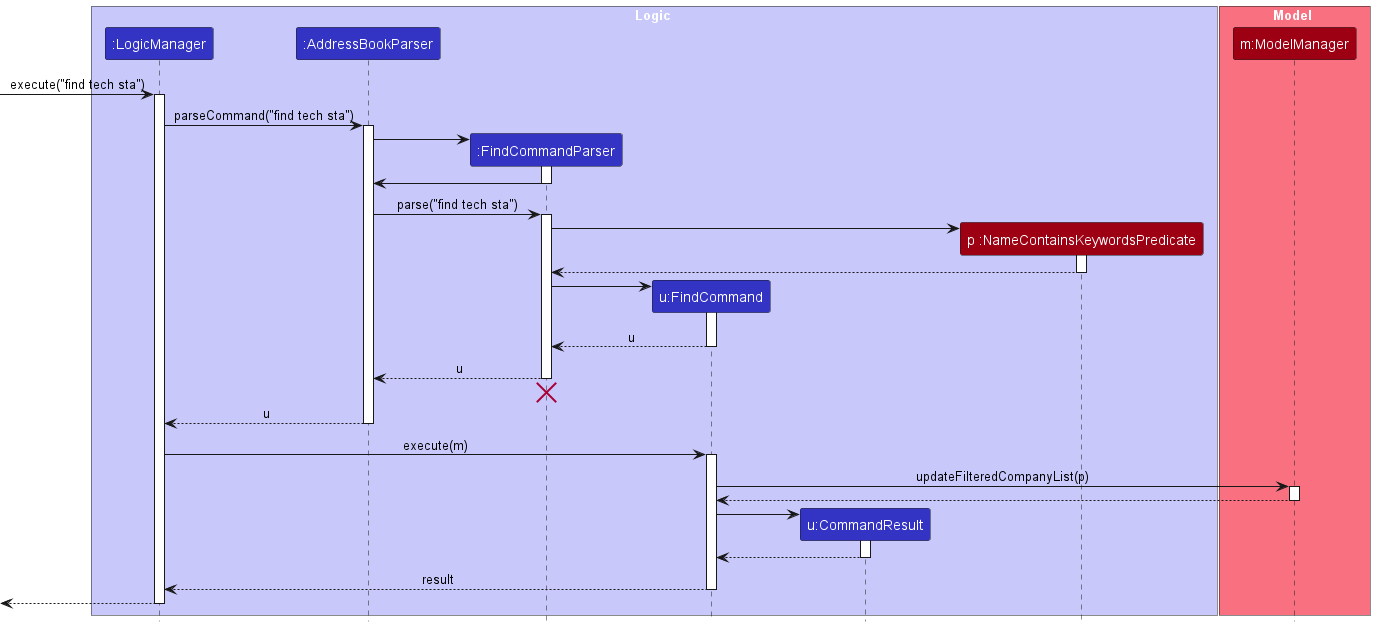
Earlier version of the PlantUML export docs/images/FindCompanySequenceDiagram.png (tayruxin/tp).
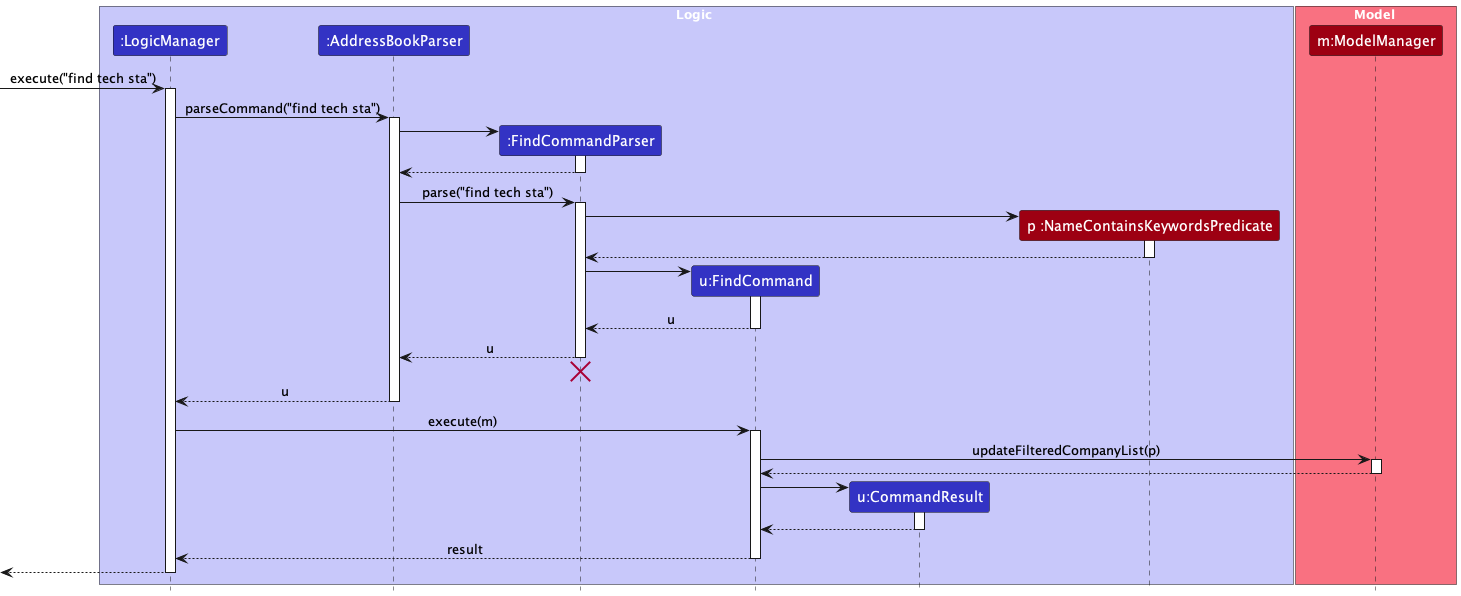
Above is the later version.

Change to the diagram source:
```diff
@@ -25,7 +25,7 @@
 AddressBookParser -> FindCommandParser
 activate FindCommandParser
 
-FindCommandParser -> AddressBookParser
+FindCommandParser --> AddressBookParser
 deactivate FindCommandParser
 
 AddressBookParser -> FindCommandParser : parse("find tech sta")
```
